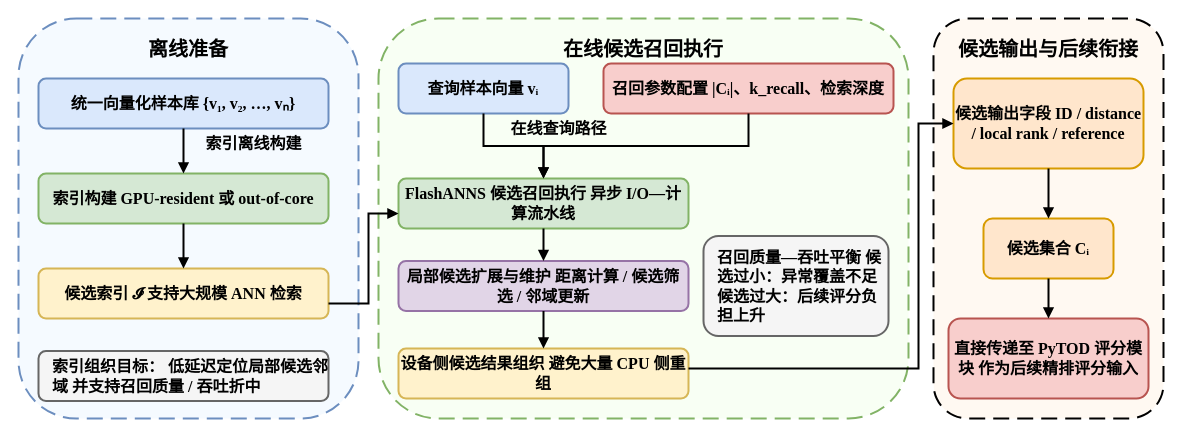
The draw.io diagram figures/fig3_3_FlashANNS_candidate_recall_flow.drawio in HuangEven/latex-template, before the edit. Source tidied: cells renumbered, new cells numbered last; positions are measured from the earlier drawing's top-left corner, leaving out a move shared by most shapes. Both pictures are drawn from the tidied source at 100%, with x=0, y=0 at pixel (18, 18).
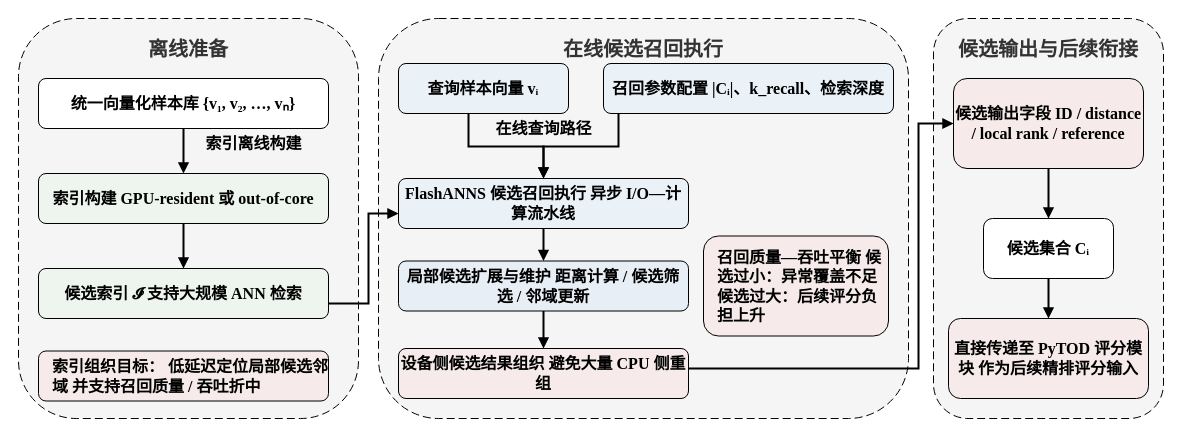
After the change.

The edit, as a diff of the source:
```diff
@@
-    <mxCell id="2" value="离线准备" style="rounded=1;whiteSpace=wrap;html=1;fontSize=20;fontStyle=1;fontFamily=Times New Roman;align=center;verticalAlign=top;spacingTop=12;strokeWidth=2;dashed=1;dashPattern=8 4;fillColor=#F5FAFF;strokeColor=#6C8EBF;arcSize=17;" parent="1" vertex="1">
+    <mxCell id="2" value="离线准备" style="rounded=1;whiteSpace=wrap;html=1;fontSize=20;fontStyle=1;fontFamily=Times New Roman;align=center;verticalAlign=top;spacingTop=12;strokeWidth=1;dashed=1;dashPattern=8 4;fillColor=#f5f5f5;strokeColor=#000000;arcSize=17;fontColor=#333333;" parent="1" vertex="1">
       <mxGeometry width="340" height="400" as="geometry" />
     </mxCell>
-    <mxCell id="3" value="在线候选召回执行" style="rounded=1;whiteSpace=wrap;html=1;fontSize=20;fontStyle=1;fontFamily=Times New Roman;align=center;verticalAlign=top;spacingTop=12;strokeWidth=2;dashed=1;dashPattern=8 4;fillColor=#F8FFF4;strokeColor=#82B366;" parent="1" vertex="1">
+    <mxCell id="3" value="在线候选召回执行" style="rounded=1;whiteSpace=wrap;html=1;fontSize=20;fontStyle=1;fontFamily=Times New Roman;align=center;verticalAlign=top;spacingTop=12;strokeWidth=1;dashed=1;dashPattern=8 4;fillColor=#f5f5f5;strokeColor=#000000;fontColor=#333333;" parent="1" vertex="1">
       <mxGeometry x="360" width="530" height="400" as="geometry" />
     </mxCell>
-    <mxCell id="4" value="候选输出与后续衔接" style="rounded=1;whiteSpace=wrap;html=1;fontSize=20;fontStyle=1;fontFamily=Times New Roman;align=center;verticalAlign=top;spacingTop=12;strokeWidth=2;dashed=1;dashPattern=8 4;fillColor=#FFF9F2;strokeColor=#000000;" parent="1" vertex="1">
+    <mxCell id="4" value="候选输出与后续衔接" style="rounded=1;whiteSpace=wrap;html=1;fontSize=20;fontStyle=1;fontFamily=Times New Roman;align=center;verticalAlign=top;spacingTop=12;strokeWidth=1;dashed=1;dashPattern=8 4;fillColor=#f5f5f5;strokeColor=#000000;fontColor=#333333;" parent="1" vertex="1">
       <mxGeometry x="915" width="230" height="400" as="geometry" />
     </mxCell>
-    <mxCell id="5" value="统一向量化样本库 {v₁, v₂, …, vₙ}" style="rounded=1;whiteSpace=wrap;html=1;fontSize=16;fontStyle=1;fontFamily=Times New Roman;align=center;verticalAlign=middle;strokeWidth=2;fillColor=#DAE8FC;strokeColor=#6C8EBF;" parent="1" vertex="1">
+    <mxCell id="5" value="统一向量化样本库 {v₁, v₂, …, vₙ}" style="rounded=1;whiteSpace=wrap;html=1;fontSize=16;fontStyle=1;fontFamily=Times New Roman;align=center;verticalAlign=middle;strokeWidth=1;" parent="1" vertex="1">
       <mxGeometry x="20" y="60" width="290" height="50" as="geometry" />
     </mxCell>
-    <mxCell id="6" value="索引构建 GPU-resident 或 out-of-core" style="rounded=1;whiteSpace=wrap;html=1;fontSize=16;fontStyle=1;fontFamily=Times New Roman;align=center;verticalAlign=middle;strokeWidth=2;fillColor=#D5E8D4;strokeColor=#82B366;" parent="1" vertex="1">
+    <mxCell id="6" value="索引构建 GPU-resident 或 out-of-core" style="rounded=1;whiteSpace=wrap;html=1;fontSize=16;fontStyle=1;fontFamily=Times New Roman;align=center;verticalAlign=middle;strokeWidth=1;fillColor=#EEF5EE;strokeColor=#000000;" parent="1" vertex="1">
       <mxGeometry x="20" y="155" width="290" height="50" as="geometry" />
     </mxCell>
-    <mxCell id="7" value="候选索引 𝓘 支持大规模 ANN 检索" style="rounded=1;whiteSpace=wrap;html=1;fontSize=16;fontStyle=1;fontFamily=Times New Roman;align=center;verticalAlign=middle;strokeWidth=2;fillColor=#FFF2CC;strokeColor=#D6B656;" parent="1" vertex="1">
+    <mxCell id="7" value="候选索引 𝓘 支持大规模 ANN 检索" style="rounded=1;whiteSpace=wrap;html=1;fontSize=16;fontStyle=1;fontFamily=Times New Roman;align=center;verticalAlign=middle;strokeWidth=1;fillColor=#EEF5EE;strokeColor=#000000;" parent="1" vertex="1">
       <mxGeometry x="20" y="250" width="290" height="50" as="geometry" />
     </mxCell>
-    <mxCell id="8" value="索引组织目标： 低延迟定位局部候选邻域 并支持召回质量 / 吞吐折中" style="rounded=1;whiteSpace=wrap;html=1;fontSize=16;fontFamily=Times New Roman;align=left;spacingLeft=12;verticalAlign=middle;strokeWidth=2;fillColor=#F5F5F5;strokeColor=#666666;fontStyle=1;" parent="1" vertex="1">
+    <mxCell id="8" value="索引组织目标： 低延迟定位局部候选邻域 并支持召回质量 / 吞吐折中" style="rounded=1;whiteSpace=wrap;html=1;fontSize=16;fontFamily=Times New Roman;align=left;spacingLeft=12;verticalAlign=middle;strokeWidth=1;fillColor=#F6EAEA;strokeColor=#000000;fontStyle=1;" parent="1" vertex="1">
       <mxGeometry x="20" y="332.5" width="290" height="50" as="geometry" />
     </mxCell>
-    <mxCell id="9" value="&lt;font&gt;查询样本向量 vᵢ&lt;/font&gt;" style="rounded=1;whiteSpace=wrap;html=1;fontSize=16;fontStyle=1;fontFamily=Times New Roman;align=center;verticalAlign=middle;strokeWidth=2;fillColor=#DAE8FC;strokeColor=#6C8EBF;rotation=0;" parent="1" vertex="1">
+    <mxCell id="9" value="&lt;font&gt;查询样本向量 vᵢ&lt;/font&gt;" style="rounded=1;whiteSpace=wrap;html=1;fontSize=16;fontStyle=1;fontFamily=Times New Roman;align=center;verticalAlign=middle;strokeWidth=1;fillColor=#EAF2F8;strokeColor=#000000;rotation=0;" parent="1" vertex="1">
       <mxGeometry x="380" y="45" width="170" height="50" as="geometry" />
     </mxCell>
-    <mxCell id="10" value="召回参数配置 |Cᵢ|、k_recall、检索深度" style="rounded=1;whiteSpace=wrap;html=1;fontSize=16;fontFamily=Times New Roman;align=center;verticalAlign=middle;strokeWidth=2;fillColor=#F8CECC;strokeColor=#B85450;fontStyle=1;" parent="1" vertex="1">
+    <mxCell id="10" value="召回参数配置 |Cᵢ|、k_recall、检索深度" style="rounded=1;whiteSpace=wrap;html=1;fontSize=16;fontFamily=Times New Roman;align=center;verticalAlign=middle;strokeWidth=1;fillColor=#EAF2F8;strokeColor=#000000;fontStyle=1;" parent="1" vertex="1">
       <mxGeometry x="585" y="45" width="290" height="50" as="geometry" />
     </mxCell>
-    <mxCell id="11" value="FlashANNS 候选召回执行 异步 I/O—计算流水线" style="rounded=1;whiteSpace=wrap;html=1;fontSize=16;fontStyle=1;fontFamily=Times New Roman;align=center;verticalAlign=middle;strokeWidth=2;fillColor=#D5E8D4;strokeColor=#82B366;" parent="1" vertex="1">
+    <mxCell id="11" value="FlashANNS 候选召回执行 异步 I/O—计算流水线" style="rounded=1;whiteSpace=wrap;html=1;fontSize=16;fontStyle=1;fontFamily=Times New Roman;align=center;verticalAlign=middle;strokeWidth=1;fillColor=#EAF2F8;strokeColor=#000000;" parent="1" vertex="1">
       <mxGeometry x="380" y="160" width="290" height="50" as="geometry" />
     </mxCell>
-    <mxCell id="12" value="局部候选扩展与维护 距离计算 / 候选筛选 / 邻域更新" style="rounded=1;whiteSpace=wrap;html=1;fontSize=16;fontFamily=Times New Roman;align=center;verticalAlign=middle;strokeWidth=2;fillColor=#E1D5E7;strokeColor=#9673A6;fontStyle=1;" parent="1" vertex="1">
+    <mxCell id="12" value="局部候选扩展与维护 距离计算 / 候选筛选 / 邻域更新" style="rounded=1;whiteSpace=wrap;html=1;fontSize=16;fontFamily=Times New Roman;align=center;verticalAlign=middle;strokeWidth=1;fillColor=#E8EEF5;strokeColor=#000000;fontStyle=1;" parent="1" vertex="1">
       <mxGeometry x="380" y="242.5" width="290" height="50" as="geometry" />
     </mxCell>
-    <mxCell id="13" value="召回质量—吞吐平衡 候选过小：异常覆盖不足 候选过大：后续评分负担上升" style="rounded=1;whiteSpace=wrap;html=1;fontSize=16;fontFamily=Times New Roman;align=left;spacingLeft=12;verticalAlign=middle;strokeWidth=2;fillColor=#F5F5F5;strokeColor=#666666;fontStyle=1;" parent="1" vertex="1">
+    <mxCell id="13" value="召回质量—吞吐平衡 候选过小：异常覆盖不足 候选过大：后续评分负担上升" style="rounded=1;whiteSpace=wrap;html=1;fontSize=16;fontFamily=Times New Roman;align=left;spacingLeft=12;verticalAlign=middle;strokeWidth=1;fillColor=#F6EAEA;strokeColor=#000000;fontStyle=1;" parent="1" vertex="1">
       <mxGeometry x="685" y="217.5" width="185" height="100" as="geometry" />
     </mxCell>
-    <mxCell id="14" value="设备侧候选结果组织 避免大量 CPU 侧重组" style="rounded=1;whiteSpace=wrap;html=1;fontSize=16;fontFamily=Times New Roman;align=center;verticalAlign=middle;strokeWidth=2;fillColor=#FFF2CC;strokeColor=#D6B656;fontStyle=1;" parent="1" vertex="1">
+    <mxCell id="14" value="设备侧候选结果组织 避免大量 CPU 侧重组" style="rounded=1;whiteSpace=wrap;html=1;fontSize=16;fontFamily=Times New Roman;align=center;verticalAlign=middle;strokeWidth=1;fillColor=#F6EAEA;strokeColor=#000000;fontStyle=1;" parent="1" vertex="1">
       <mxGeometry x="380" y="330" width="290" height="50" as="geometry" />
     </mxCell>
-    <mxCell id="15" value="候选输出字段 ID / distance / local rank / reference" style="rounded=1;whiteSpace=wrap;html=1;fontSize=16;fontStyle=1;fontFamily=Times New Roman;align=center;verticalAlign=middle;strokeWidth=2;fillColor=#FFE6CC;strokeColor=#D79B00;" parent="1" vertex="1">
+    <mxCell id="15" value="候选输出字段 ID / distance / local rank / reference" style="rounded=1;whiteSpace=wrap;html=1;fontSize=16;fontStyle=1;fontFamily=Times New Roman;align=center;verticalAlign=middle;strokeWidth=1;fillColor=#F6EAEA;strokeColor=#000000;" parent="1" vertex="1">
       <mxGeometry x="935" y="60" width="190" height="90" as="geometry" />
     </mxCell>
-    <mxCell id="16" value="候选集合 Cᵢ" style="rounded=1;whiteSpace=wrap;html=1;fontSize=16;fontStyle=1;fontFamily=Times New Roman;align=center;verticalAlign=middle;strokeWidth=2;fillColor=#FFE6CC;strokeColor=#D79B00;" parent="1" vertex="1">
+    <mxCell id="16" value="候选集合 Cᵢ" style="rounded=1;whiteSpace=wrap;html=1;fontSize=16;fontStyle=1;fontFamily=Times New Roman;align=center;verticalAlign=middle;strokeWidth=1;fillColor=#FFFFFF;strokeColor=#000000;" parent="1" vertex="1">
       <mxGeometry x="965" y="200" width="130" height="60" as="geometry" />
     </mxCell>
-    <mxCell id="17" value="直接传递至 PyTOD 评分模块 作为后续精排评分输入" style="rounded=1;whiteSpace=wrap;html=1;fontSize=16;fontFamily=Times New Roman;align=center;verticalAlign=middle;strokeWidth=2;fillColor=#F8CECC;strokeColor=#B85450;fontStyle=1;" parent="1" vertex="1">
+    <mxCell id="17" value="直接传递至 PyTOD 评分模块 作为后续精排评分输入" style="rounded=1;whiteSpace=wrap;html=1;fontSize=16;fontFamily=Times New Roman;align=center;verticalAlign=middle;strokeWidth=1;fillColor=#F6EAEA;strokeColor=#000000;fontStyle=1;" parent="1" vertex="1">
       <mxGeometry x="930" y="300" width="200" height="80" as="geometry" />
     </mxCell>
@@
     <mxCell id="20" style="edgeStyle=orthogonalEdgeStyle;rounded=0;jettySize=auto;html=1;strokeWidth=2;endArrow=block;endFill=1;strokeColor=#000000;curved=0;fontFamily=Times New Roman;fontSize=16;fontStyle=1;" parent="1" edge="1" source="9" target="11">
-      <mxGeometry relative="1" as="geometry" />
+      <mxGeometry relative="1" as="geometry">
+        <Array as="points">
+          <mxPoint x="450" y="128" />
+          <mxPoint x="525" y="128" />
+        </Array>
+      </mxGeometry>
     </mxCell>
     <mxCell id="21" style="edgeStyle=orthogonalEdgeStyle;rounded=0;jettySize=auto;html=1;strokeWidth=2;endArrow=block;endFill=1;strokeColor=#000000;curved=0;fontFamily=Times New Roman;fontSize=16;fontStyle=1;" parent="1" edge="1" source="10" target="11">
-      <mxGeometry relative="1" as="geometry" />
+      <mxGeometry relative="1" as="geometry">
+        <Array as="points">
+          <mxPoint x="600" y="128" />
+          <mxPoint x="525" y="128" />
+        </Array>
+      </mxGeometry>
     </mxCell>
@@
     <mxCell id="29" value="在线查询路径" style="text;html=1;strokeColor=none;fillColor=none;align=center;verticalAlign=middle;fontSize=16;fontStyle=1;fontFamily=Times New Roman;fontColor=#000000;" parent="1" vertex="1">
-      <mxGeometry x="460" y="95" width="160" height="30" as="geometry" />
+      <mxGeometry x="470" y="95" width="110" height="30" as="geometry" />
     </mxCell>
```
